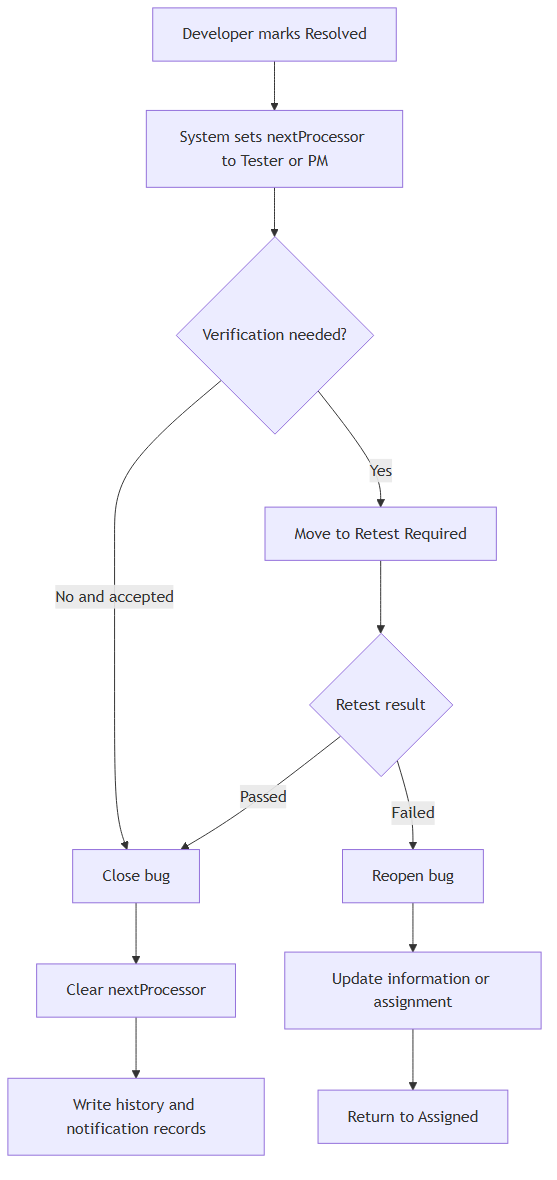
Above: docs/diagrams/rendered/png/20-frs-resolve-retest-close-reopen.png in DarwinDO/IDTS-SAP01 (Mermaid), before the change. Its source is kept beside it as docs/diagrams/rendered/source/20-frs-resolve-retest-close-reopen.mmd. The source it was exported from:
```mermaid
flowchart TD
    A["Developer marks Resolved"] --> B["System sets nextProcessor to Tester or PM"]
    B --> C{"Verification needed?"}
    C -->|"Yes"| D["Move to Retest Required"]
    D --> E{"Retest result"}
    E -->|"Passed"| F["Close bug"]
    E -->|"Failed"| G["Reopen bug"]
    C -->|"No and accepted"| F
    G --> H["Update information or assignment"]
    H --> I["Return to Assigned"]
    F --> J["Clear nextProcessor"]
    J --> K["Write history and notification records"]
```
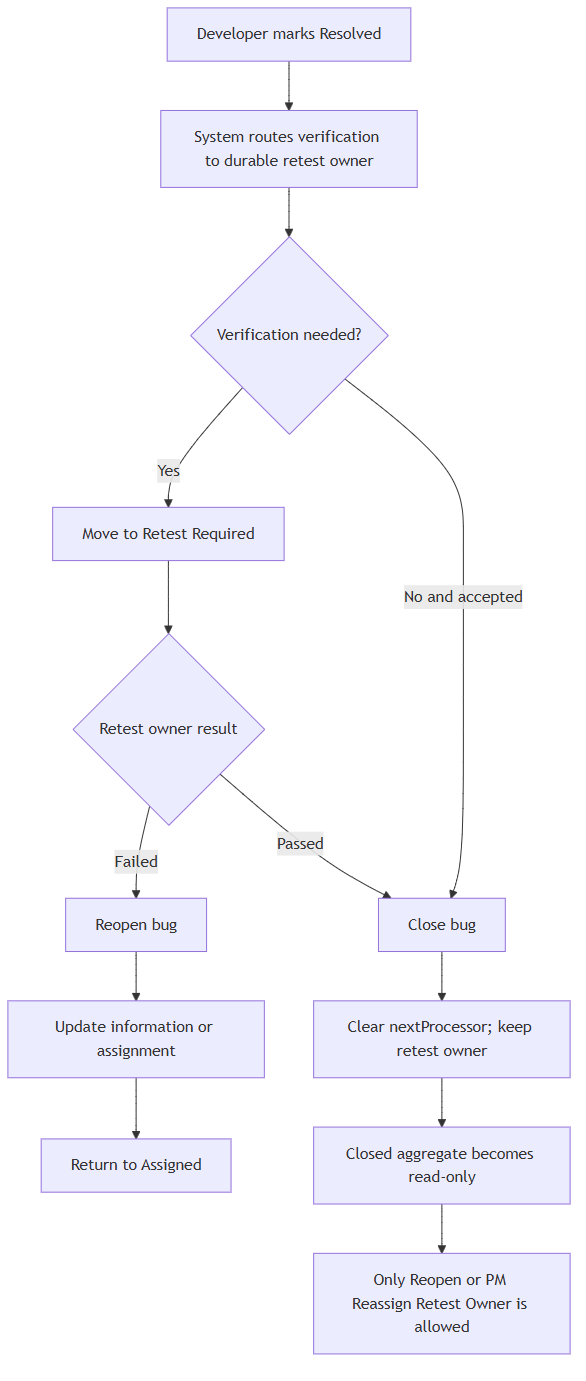
After the change.

What changed in the source:
```diff
@@ -1,12 +1,13 @@
 flowchart TD
-    A["Developer marks Resolved"] --> B["System sets nextProcessor to Tester or PM"]
+    A["Developer marks Resolved"] --> B["System routes verification to durable retest owner"]
     B --> C{"Verification needed?"}
     C -->|"Yes"| D["Move to Retest Required"]
-    D --> E{"Retest result"}
+    D --> E{"Retest owner result"}
     E -->|"Passed"| F["Close bug"]
     E -->|"Failed"| G["Reopen bug"]
     C -->|"No and accepted"| F
     G --> H["Update information or assignment"]
     H --> I["Return to Assigned"]
-    F --> J["Clear nextProcessor"]
-    J --> K["Write history and notification records"]
+    F --> J["Clear nextProcessor; keep retest owner"]
+    J --> K["Closed aggregate becomes read-only"]
+    K --> L["Only Reopen or PM Reassign Retest Owner is allowed"]
```
